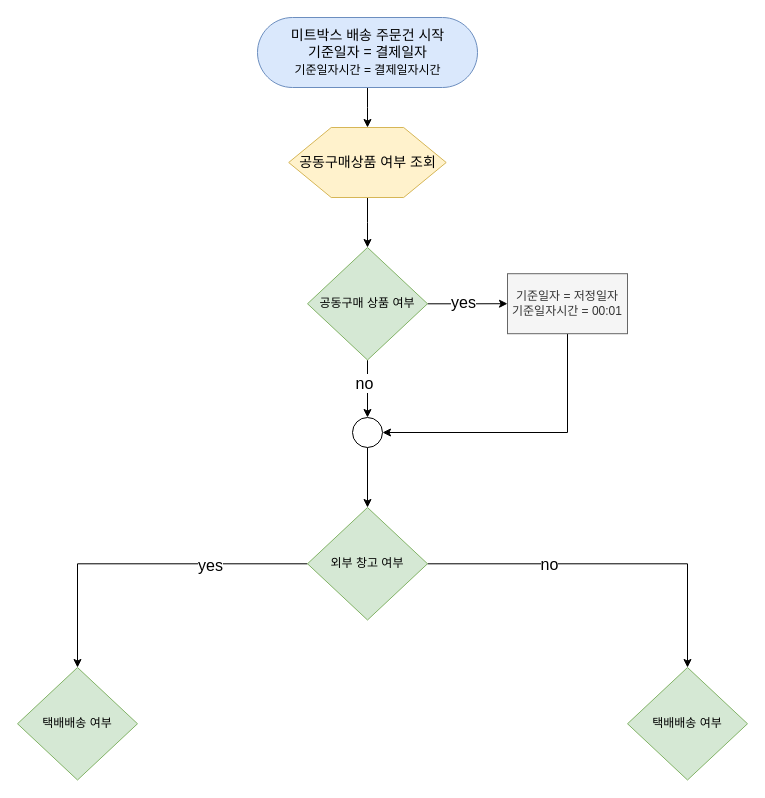
yongBomb90/drawio-1 keeps this draw.io diagram as page "미트박스 배송상품 프로세스" (11 of 12) of 미트박스_배송.drawio. Above is the earlier version. Source tidied: cells renumbered, new cells numbered last; positions are measured from the earlier drawing's top-left corner, leaving out a move shared by most shapes. Both pictures are drawn from the tidied source at 100%, with x=0, y=0 at pixel (17, 17).
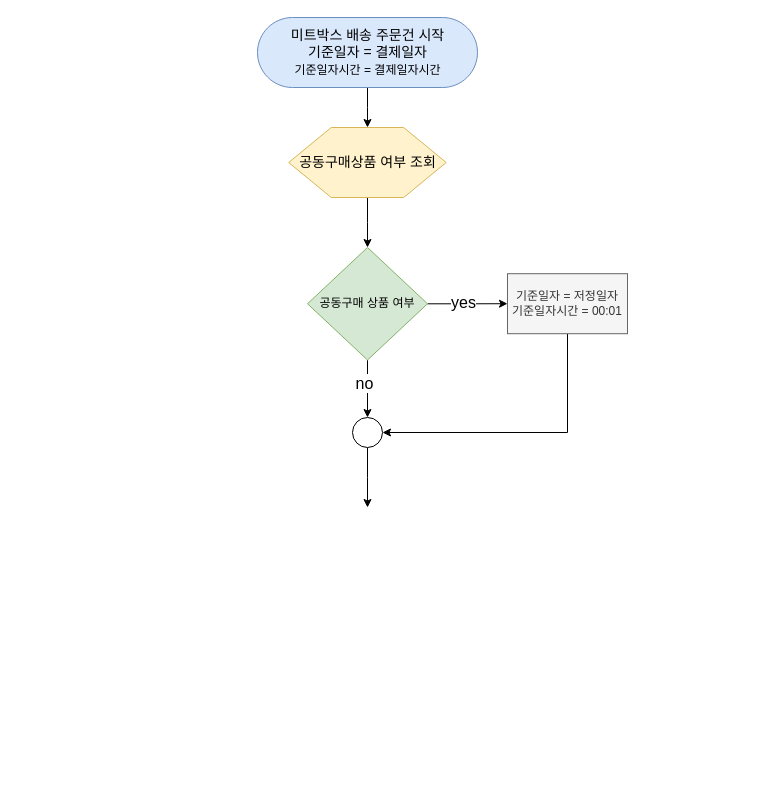
After the change.

Commit message:
Update 미트박스_배송.drawio

The change refers to these unchanged cells:
```xml
<mxCell id="19" style="shape=ellipse;html=1;dashed=0;whitespace=wrap;perimeter=ellipsePerimeter;fontSize=16;fillColor=default;" parent="1" vertex="1">
  <mxGeometry x="335" y="400" width="30" height="30" as="geometry" />
</mxCell>
```

Diff of the diagram source:
```diff
@@
-    <mxCell id="13" style="edgeStyle=orthogonalEdgeStyle;rounded=0;jettySize=auto;html=1;entryX=0.5;entryY=0;entryDx=0;entryDy=0;fontSize=16;strokeColor=#000000;strokeWidth=1;fillColor=#FF3333;" parent="1" edge="1" source="17" target="20">
-      <mxGeometry relative="1" as="geometry" />
-    </mxCell>
-    <mxCell id="14" value="yes" style="edgeLabel;html=1;align=center;verticalAlign=middle;fontSize=16;" parent="13" vertex="1">
-      <mxGeometry x="-0.41" y="1" relative="1" as="geometry" />
-    </mxCell>
-    <mxCell id="15" style="edgeStyle=orthogonalEdgeStyle;rounded=0;jettySize=auto;html=1;entryX=0.5;entryY=0;entryDx=0;entryDy=0;fontSize=16;strokeColor=#000000;strokeWidth=1;fillColor=#FF3333;" parent="1" edge="1" source="17" target="21">
-      <mxGeometry relative="1" as="geometry" />
-    </mxCell>
-    <mxCell id="16" value="no" style="edgeLabel;html=1;align=center;verticalAlign=middle;fontSize=16;" parent="15" vertex="1">
-      <mxGeometry x="-0.33" relative="1" as="geometry" />
-    </mxCell>
-    <mxCell id="17" value="외부 창고 여부" style="rhombus;whiteSpace=wrap;html=1;fillColor=#d5e8d4;strokeColor=#82b366;arcSize=6;labelBackgroundColor=none;" parent="1" vertex="1">
-      <mxGeometry x="290" y="490" width="120" height="112.5" as="geometry" />
-    </mxCell>
-    <mxCell id="18" style="edgeStyle=orthogonalEdgeStyle;rounded=0;jettySize=auto;html=1;fontSize=16;strokeColor=#000000;strokeWidth=1;fillColor=#FF3333;" parent="1" edge="1" source="19" target="17">
-      <mxGeometry relative="1" as="geometry" />
+    <mxCell id="18" style="edgeStyle=orthogonalEdgeStyle;rounded=0;jettySize=auto;html=1;fontSize=16;strokeColor=#000000;strokeWidth=1;fillColor=#FF3333;" parent="1" edge="1" source="19">
+      <mxGeometry relative="1" as="geometry">
+        <mxPoint x="350" y="490" as="targetPoint" />
+      </mxGeometry>
     </mxCell>
@@
-    <mxCell id="20" value="택배배송 여부" style="rhombus;whiteSpace=wrap;html=1;fillColor=#d5e8d4;strokeColor=#82b366;arcSize=6;labelBackgroundColor=none;" parent="1" vertex="1">
-      <mxGeometry y="650" width="120" height="112.5" as="geometry" />
-    </mxCell>
-    <mxCell id="21" value="택배배송 여부" style="rhombus;whiteSpace=wrap;html=1;fillColor=#d5e8d4;strokeColor=#82b366;arcSize=6;labelBackgroundColor=none;" parent="1" vertex="1">
-      <mxGeometry x="610" y="650" width="120" height="112.5" as="geometry" />
-    </mxCell>
```
